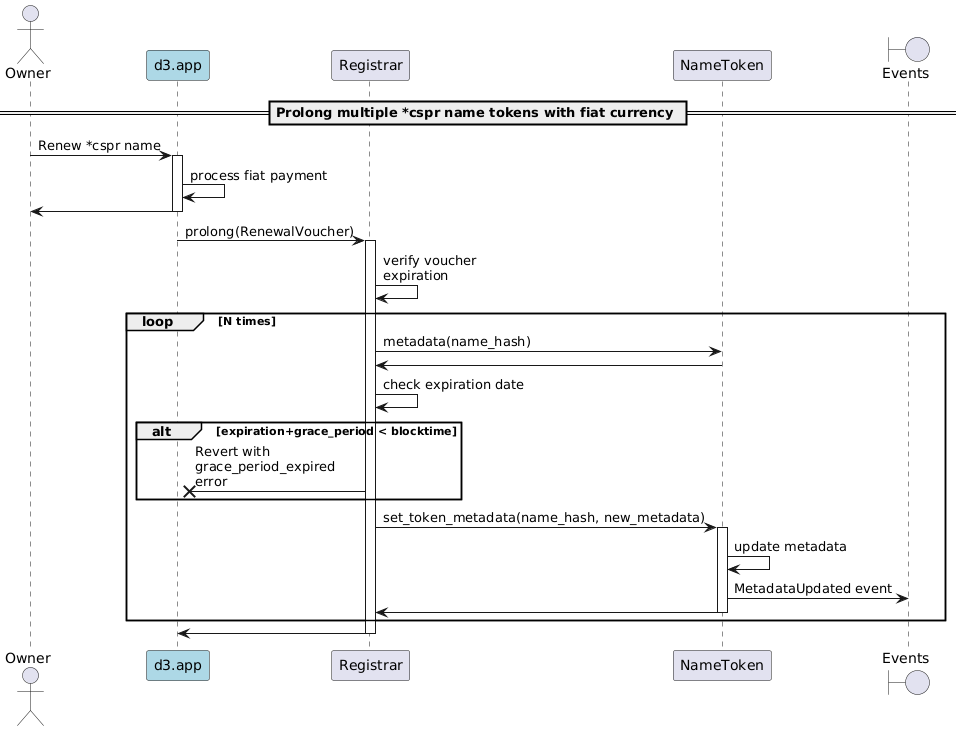
make-software/cspr-name-contracts keeps this PlantUML diagram as docs/sequence-diagrams/puml/offchain-renewal.png. Above is the earlier version.
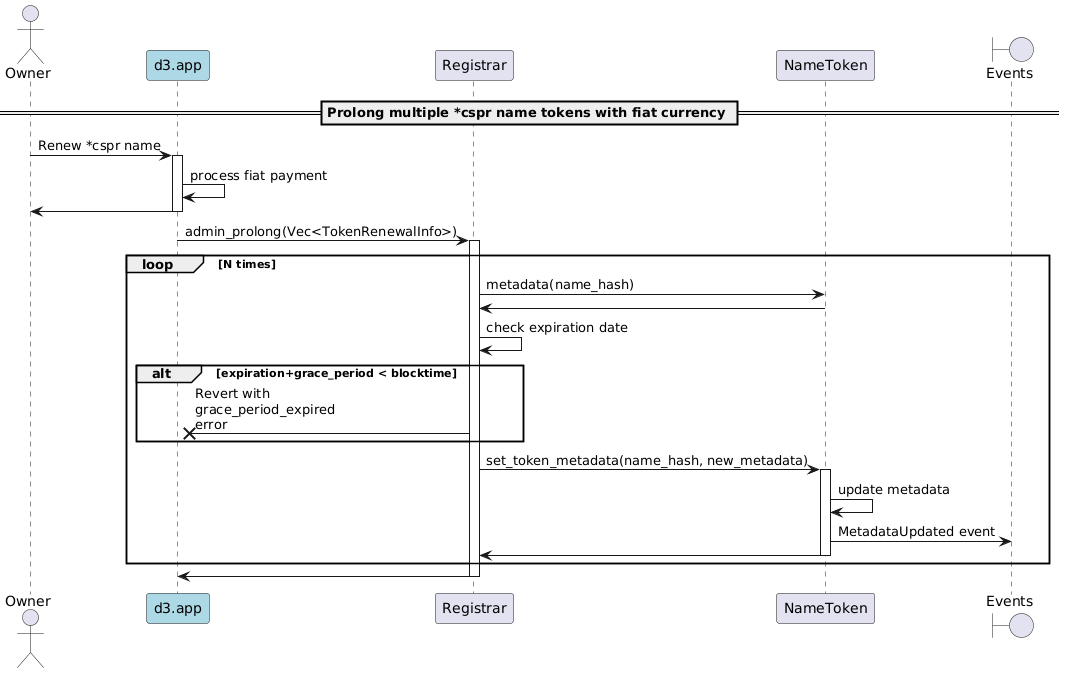
The same diagram one commit later.

What changed in the source:
```diff
@@ -14,9 +14,8 @@
 d3 -> Owner
 deactivate d3
 
-d3 -> Registrar: prolong(RenewalVoucher)
+d3 -> Registrar: admin_prolong(Vec<TokenRenewalInfo>)
 activate Registrar
-Registrar -> Registrar: verify voucher\nexpiration
     loop N times
     Registrar -> NameToken: metadata(name_hash)
     NameToken -> Registrar
```
